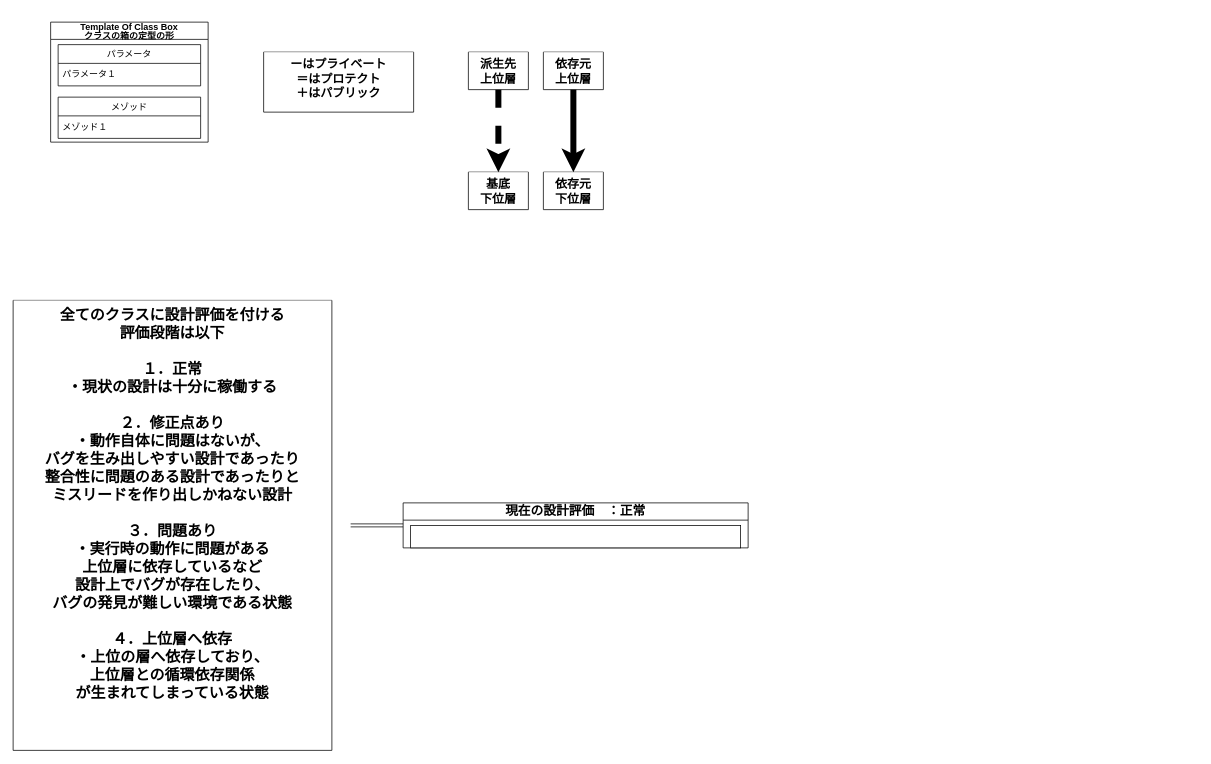
Grouse16/Cliques_Engine keeps this draw.io diagram as クラス図/クラス図の仕様/クラス図の仕様.drawio. Above is the earlier version. Source tidied: cells renumbered, new cells numbered last; positions are measured from the earlier drawing's top-left corner, leaving out a move shared by most shapes. Both pictures are drawn from the tidied source at 75%, with x=0, y=0 at pixel (13, 22).
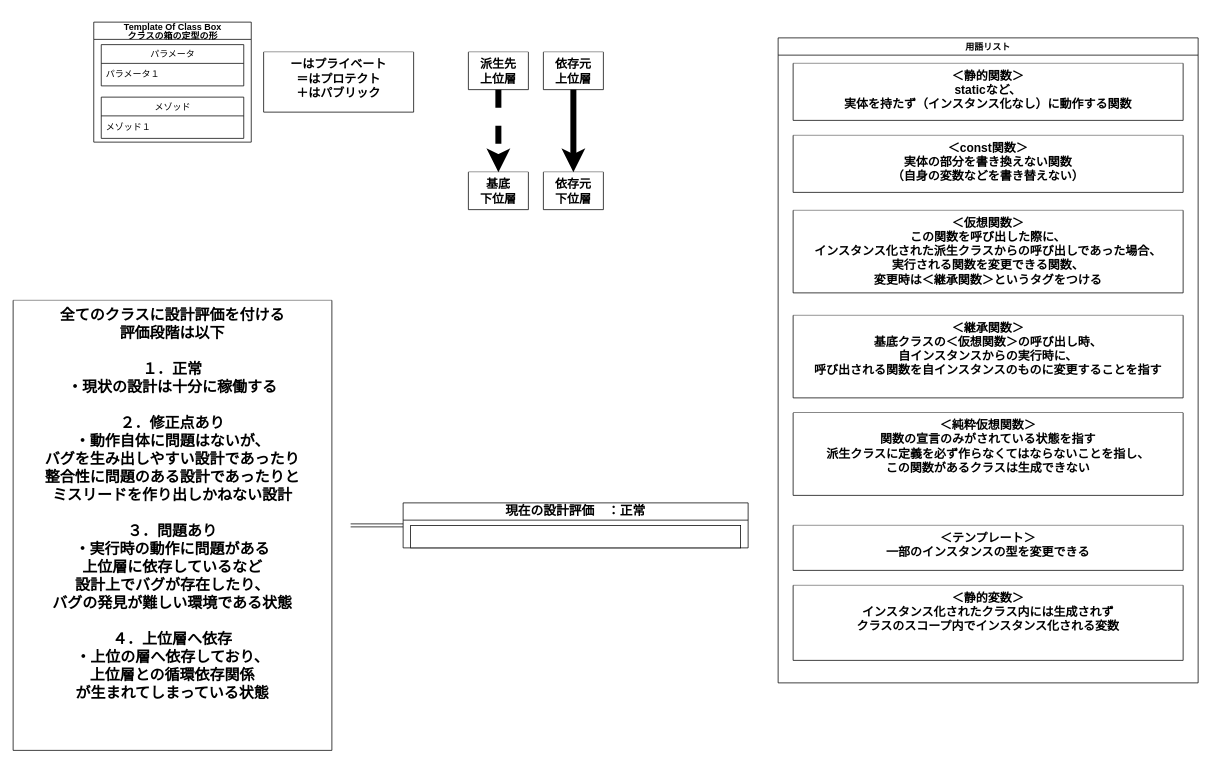
After the change.

Diff of the diagram source:
```diff
@@
     <mxCell id="3" value="&lt;p style=&quot;line-height: 100%;&quot;&gt;&lt;font style=&quot;font-size: 12px;&quot;&gt;Template Of Class Box&lt;br&gt;クラスの箱の定型の形&lt;/font&gt;&lt;/p&gt;" style="swimlane;whiteSpace=wrap;html=1;swimlaneFillColor=default;" parent="1" vertex="1">
-      <mxGeometry x="50" width="210" height="160" as="geometry" />
+      <mxGeometry x="107.5" width="210" height="160" as="geometry" />
     </mxCell>
@@
+    <mxCell id="18" value="&lt;p style=&quot;line-height: 100%;&quot;&gt;用語リスト&lt;/p&gt;" style="swimlane;whiteSpace=wrap;html=1;swimlaneFillColor=default;" parent="1" vertex="1">
+      <mxGeometry x="1020" y="21" width="560" height="860" as="geometry" />
+    </mxCell>
+    <mxCell id="19" value="＜静的関数＞&#10;staticなど、&#10;実体を持たず（インスタンス化なし）に動作する関数" style="swimlane;startSize=0;swimlaneFillColor=default;verticalAlign=top;align=center;fontSize=16;" parent="18" vertex="1">
+      <mxGeometry x="20" y="34" width="520" height="76" as="geometry" />
+    </mxCell>
+    <mxCell id="20" value="＜const関数＞&#10;実体の部分を書き換えない関数&#10;（自身の変数などを書き替えない）" style="swimlane;startSize=0;swimlaneFillColor=default;verticalAlign=top;align=center;fontSize=16;" parent="18" vertex="1">
+      <mxGeometry x="20" y="130" width="520" height="76" as="geometry" />
+    </mxCell>
+    <mxCell id="21" value="＜仮想関数＞&#10;この関数を呼び出した際に、&#10;インスタンス化された派生クラスからの呼び出しであった場合、&#10;実行される関数を変更できる関数、&#10;変更時は＜継承関数＞というタグをつける" style="swimlane;startSize=0;swimlaneFillColor=default;verticalAlign=top;align=center;fontSize=16;" parent="18" vertex="1">
+      <mxGeometry x="20" y="230" width="520" height="110" as="geometry" />
+    </mxCell>
+    <mxCell id="22" value="＜継承関数＞&#10;基底クラスの＜仮想関数＞の呼び出し時、&#10;自インスタンスからの実行時に、&#10;呼び出される関数を自インスタンスのものに変更することを指す" style="swimlane;startSize=0;swimlaneFillColor=default;verticalAlign=top;align=center;fontSize=16;" parent="18" vertex="1">
+      <mxGeometry x="20" y="370" width="520" height="110" as="geometry" />
+    </mxCell>
+    <mxCell id="23" value="＜純粋仮想関数＞&#10;関数の宣言のみがされている状態を指す&#10;派生クラスに定義を必ず作らなくてはならないことを指し、&#10;この関数があるクラスは生成できない" style="swimlane;startSize=0;swimlaneFillColor=default;verticalAlign=top;align=center;fontSize=16;" parent="18" vertex="1">
+      <mxGeometry x="20" y="500" width="520" height="110" as="geometry" />
+    </mxCell>
+    <mxCell id="24" value="＜テンプレート＞&#10;一部のインスタンスの型を変更できる" style="swimlane;startSize=0;swimlaneFillColor=default;verticalAlign=top;align=center;fontSize=16;" parent="18" vertex="1">
+      <mxGeometry x="20" y="650" width="520" height="60" as="geometry" />
+    </mxCell>
+    <mxCell id="25" value="＜静的変数＞&#10;インスタンス化されたクラス内には生成されず&#10;クラスのスコープ内でインスタンス化される変数" style="swimlane;startSize=0;swimlaneFillColor=default;verticalAlign=top;align=center;fontSize=16;" parent="18" vertex="1">
+      <mxGeometry x="20" y="730" width="520" height="100" as="geometry" />
+    </mxCell>
```
